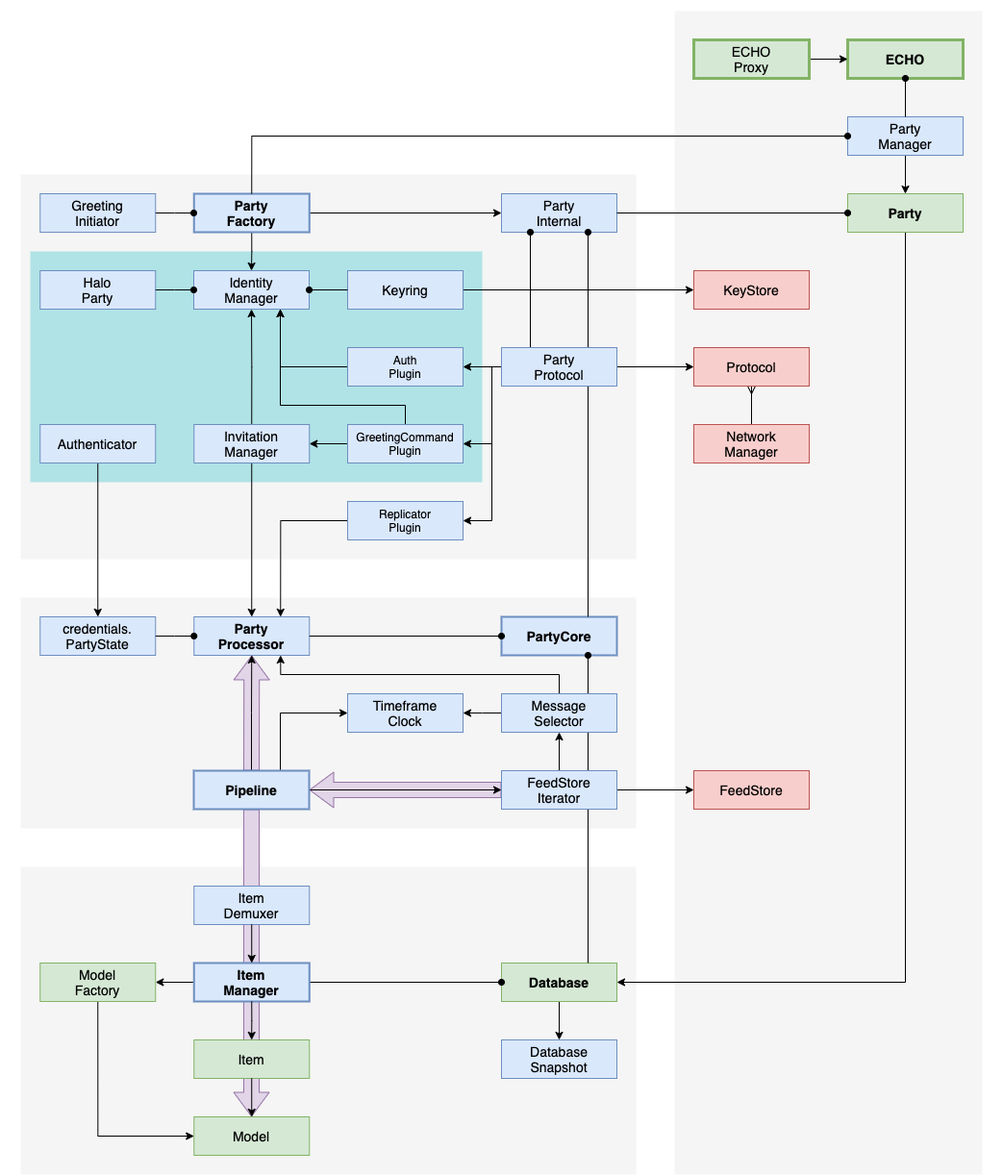
The draw.io diagram docs/diagrams/echo-architecture.png in dxos/dxos, before a commit. Source tidied: cells renumbered, new cells last; positions are measured from the earlier drawing's top-left corner, leaving out a move shared by most shapes.
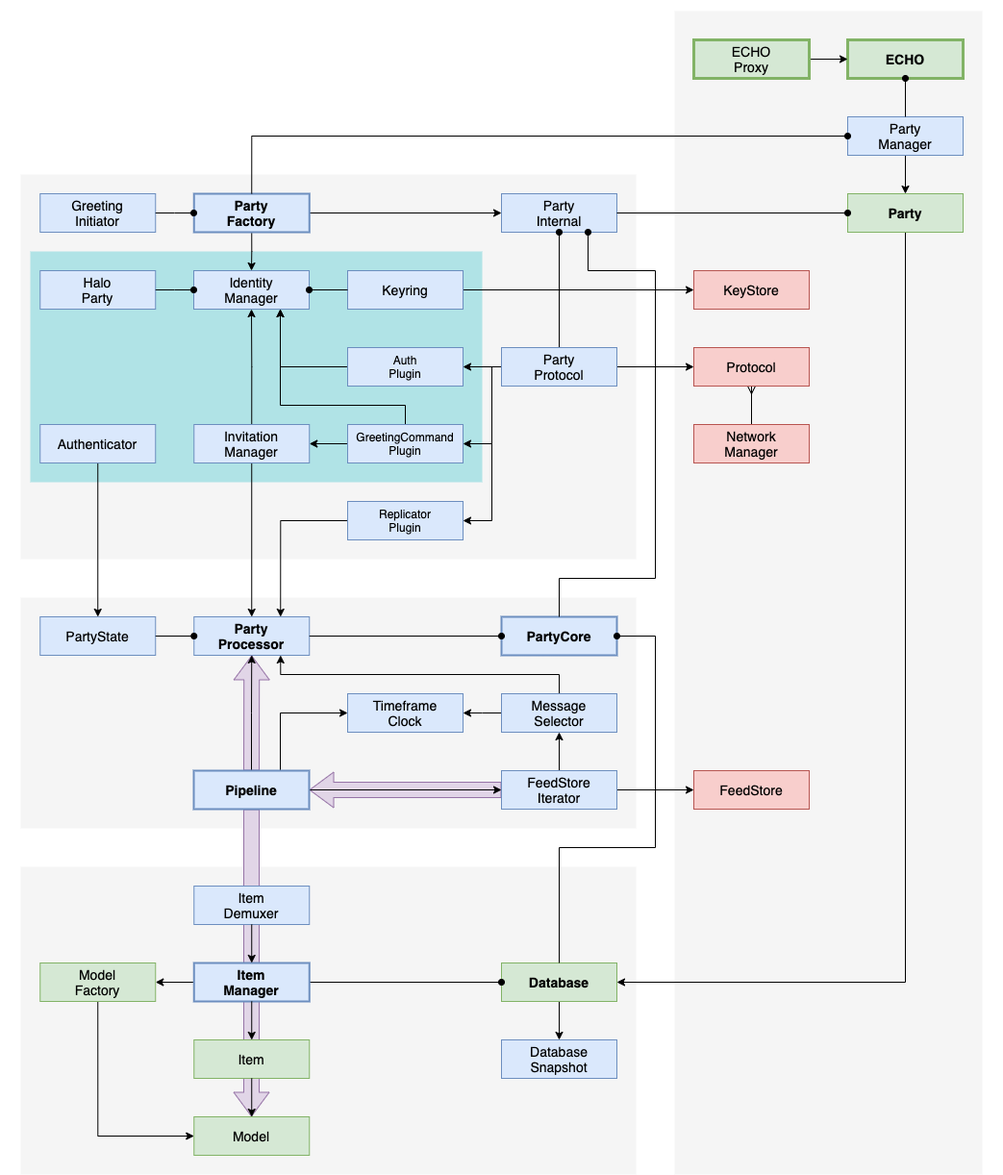
The same diagram one commit later.

Diff of the diagram source:
```diff
@@ -35,7 +35,7 @@
     <mxCell id="12" value="Party&lt;br&gt;Processor" style="rounded=0;whiteSpace=wrap;html=1;fontSize=14;fontFamily=Helvetica;fillColor=#dae8fc;strokeColor=#6c8ebf;fontStyle=1;strokeWidth=1;" parent="1" vertex="1">
       <mxGeometry x="200.2" y="640" width="120" height="40" as="geometry" />
     </mxCell>
-    <mxCell id="13" value="credentials.&lt;br&gt;PartyState" style="rounded=0;whiteSpace=wrap;html=1;fontSize=14;fontFamily=Helvetica;fillColor=#dae8fc;strokeColor=#6c8ebf;fontStyle=0;strokeWidth=1;" parent="1" vertex="1">
+    <mxCell id="13" value="PartyState" style="rounded=0;whiteSpace=wrap;html=1;fontSize=14;fontFamily=Helvetica;fillColor=#dae8fc;strokeColor=#6c8ebf;fontStyle=0;strokeWidth=1;" parent="1" vertex="1">
       <mxGeometry x="40.2" y="640" width="120" height="40" as="geometry" />
     </mxCell>
     <mxCell id="14" value="Timeframe&lt;br&gt;Clock" style="rounded=0;whiteSpace=wrap;html=1;fontSize=14;fontFamily=Helvetica;fillColor=#dae8fc;strokeColor=#6c8ebf;fontStyle=0;strokeWidth=1;" parent="1" vertex="1">
@@ -278,7 +278,7 @@
     <mxCell id="80" value="&lt;span style=&quot;font-weight: 400&quot;&gt;&amp;nbsp;&lt;/span&gt;" style="rounded=0;whiteSpace=wrap;html=1;fontSize=14;fontFamily=Helvetica;fontStyle=1;strokeWidth=3;strokeColor=none;fillColor=none;" parent="1" vertex="1">
       <mxGeometry width="1040" height="20" as="geometry" />
     </mxCell>
-    <mxCell id="81" style="edgeStyle=orthogonalEdgeStyle;rounded=0;jettySize=auto;html=1;exitX=0.25;exitY=1;exitDx=0;exitDy=0;entryX=0.25;entryY=0;entryDx=0;entryDy=0;fontSize=12;startArrow=oval;startFill=1;endArrow=none;endFill=0;" parent="1" edge="1" source="74" target="85">
+    <mxCell id="81" style="edgeStyle=orthogonalEdgeStyle;rounded=0;jettySize=auto;html=1;exitX=0.5;exitY=1;exitDx=0;exitDy=0;entryX=0.5;entryY=0;entryDx=0;entryDy=0;fontSize=12;startArrow=oval;startFill=1;endArrow=none;endFill=0;" parent="1" edge="1" source="74" target="85">
       <mxGeometry relative="1" as="geometry" />
     </mxCell>
     <mxCell id="82" value="PartyCore" style="rounded=0;whiteSpace=wrap;html=1;fontSize=14;fontFamily=Helvetica;fillColor=#dae8fc;strokeColor=#6c8ebf;fontStyle=1;strokeWidth=2;" parent="1" vertex="1">
@@ -287,14 +287,27 @@
     <mxCell id="83" style="edgeStyle=orthogonalEdgeStyle;rounded=0;jettySize=auto;html=1;exitX=1;exitY=0.5;exitDx=0;exitDy=0;entryX=0;entryY=0.5;entryDx=0;entryDy=0;endArrow=oval;endFill=1;" parent="1" edge="1" source="12" target="82">
       <mxGeometry relative="1" as="geometry" />
     </mxCell>
-    <mxCell id="84" style="edgeStyle=orthogonalEdgeStyle;rounded=0;jettySize=auto;html=1;exitX=0.75;exitY=0;exitDx=0;exitDy=0;entryX=0.75;entryY=1;entryDx=0;entryDy=0;endArrow=oval;endFill=1;" parent="1" edge="1" source="82" target="74">
-      <mxGeometry relative="1" as="geometry" />
+    <mxCell id="84" style="edgeStyle=orthogonalEdgeStyle;rounded=0;jettySize=auto;html=1;exitX=0.5;exitY=0;exitDx=0;exitDy=0;entryX=0.75;entryY=1;entryDx=0;entryDy=0;endArrow=oval;endFill=1;" parent="1" edge="1" source="82" target="74">
+      <mxGeometry relative="1" as="geometry">
+        <Array as="points">
+          <mxPoint x="580" y="600" />
+          <mxPoint x="680" y="600" />
+          <mxPoint x="680" y="280" />
+          <mxPoint x="610" y="280" />
+        </Array>
+      </mxGeometry>
     </mxCell>
     <mxCell id="85" value="Party&lt;br&gt;Protocol" style="rounded=0;whiteSpace=wrap;html=1;fontSize=14;fontFamily=Helvetica;fillColor=#dae8fc;strokeColor=#6c8ebf;fontStyle=0;strokeWidth=1;" parent="1" vertex="1">
       <mxGeometry x="520" y="360" width="120" height="40" as="geometry" />
     </mxCell>
-    <mxCell id="86" style="edgeStyle=orthogonalEdgeStyle;rounded=0;jettySize=auto;html=1;exitX=0.75;exitY=0;exitDx=0;exitDy=0;entryX=0.75;entryY=1;entryDx=0;entryDy=0;endArrow=oval;endFill=1;" parent="1" edge="1" source="36" target="82">
-      <mxGeometry relative="1" as="geometry" />
+    <mxCell id="86" style="edgeStyle=orthogonalEdgeStyle;rounded=0;jettySize=auto;html=1;exitX=0.5;exitY=0;exitDx=0;exitDy=0;entryX=1;entryY=0.5;entryDx=0;entryDy=0;endArrow=oval;endFill=1;" parent="1" edge="1" source="36" target="82">
+      <mxGeometry relative="1" as="geometry">
+        <Array as="points">
+          <mxPoint x="580" y="880" />
+          <mxPoint x="680" y="880" />
+          <mxPoint x="680" y="660" />
+        </Array>
+      </mxGeometry>
     </mxCell>
     <mxCell id="87" value="FeedStore&lt;br&gt;Iterator" style="rounded=0;whiteSpace=wrap;html=1;fontSize=14;fontFamily=Helvetica;fillColor=#dae8fc;strokeColor=#6c8ebf;fontStyle=0;strokeWidth=1;" parent="1" vertex="1">
       <mxGeometry x="520" y="800" width="120" height="40" as="geometry" />
```
